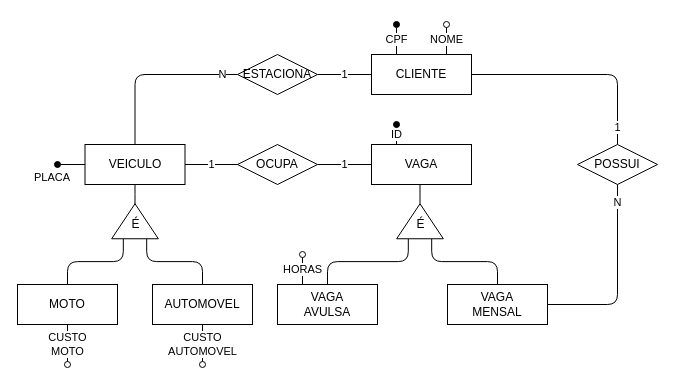
This is BANCO DE DADOS 1/LISTA 01 - ENTIDADE RELACIONAMENTO/LISTA 01 - EX 7.drawio from jhonatancunha/3periodo, a draw.io file, before an edit. Source tidied: cells renumbered, new cells numbered last; positions are measured from the earlier drawing's top-left corner, leaving out a move shared by most shapes. Both pictures are drawn from the tidied source at 100%, with x=0, y=0 at pixel (17, 24).
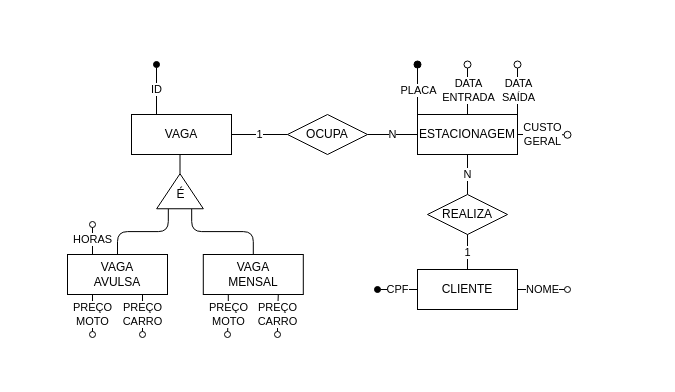
The same diagram, later.

Unchanged cells that the change refers to:
```xml
<mxCell id="23" value="VAGA&lt;br&gt;AVULSA" style="whiteSpace=wrap;html=1;align=center;" parent="21" vertex="1">
  <mxGeometry y="30" width="100" height="40" as="geometry" />
</mxCell>
```

The edit, as a diff of the source:
```diff
@@
-    <mxCell id="2" value="1" style="edgeStyle=orthogonalEdgeStyle;jettySize=auto;html=1;endArrow=none;endFill=0;" parent="1" edge="1" source="27" target="18">
-      <mxGeometry x="0.84" relative="1" as="geometry" />
-    </mxCell>
     <mxCell id="3" style="edgeStyle=orthogonalEdgeStyle;jettySize=auto;html=1;endArrow=none;endFill=0;entryX=1;entryY=0.5;entryDx=0;entryDy=0;" parent="1" edge="1" source="30" target="37">
       <mxGeometry relative="1" as="geometry">
         <Array as="points">
-          <mxPoint x="403" y="180" />
-          <mxPoint x="403" y="180" />
+          <mxPoint x="163" y="150" />
+          <mxPoint x="163" y="150" />
         </Array>
       </mxGeometry>
     </mxCell>
-    <mxCell id="4" value="N" style="edgeStyle=orthogonalEdgeStyle;jettySize=auto;html=1;endArrow=none;endFill=0;" parent="1" edge="1" source="5" target="18">
-      <mxGeometry x="0.81" relative="1" as="geometry" />
-    </mxCell>
+    <mxCell id="42" value="PREÇO&lt;br&gt;MOTO" style="edgeStyle=orthogonalEdgeStyle;rounded=0;jettySize=auto;html=1;exitX=0.25;exitY=1;exitDx=0;exitDy=0;endArrow=oval;endFill=0;" parent="1" edge="1" source="5">
+      <mxGeometry relative="1" as="geometry">
+        <mxPoint x="210" y="310" as="targetPoint" />
+        <Array as="points">
+          <mxPoint x="211" y="290" />
+          <mxPoint x="210" y="290" />
+        </Array>
+      </mxGeometry>
+    </mxCell>
+    <mxCell id="43" value="PREÇO&lt;br&gt;CARRO" style="edgeStyle=orthogonalEdgeStyle;rounded=0;jettySize=auto;html=1;exitX=0.75;exitY=1;exitDx=0;exitDy=0;endArrow=oval;endFill=0;" parent="1" edge="1" source="5">
+      <mxGeometry relative="1" as="geometry">
+        <mxPoint x="260" y="310" as="targetPoint" />
+        <Array as="points">
+          <mxPoint x="261" y="290" />
+          <mxPoint x="260" y="290" />
+          <mxPoint x="260" y="310" />
+        </Array>
+      </mxGeometry>
+    </mxCell>
     <mxCell id="5" value="VAGA&lt;br&gt;MENSAL" style="whiteSpace=wrap;html=1;align=center;" parent="1" vertex="1">
-      <mxGeometry x="430" y="260" width="100" height="40" as="geometry" />
+      <mxGeometry x="185.8" y="230" width="100" height="40" as="geometry" />
     </mxCell>
-    <mxCell id="6" style="edgeStyle=orthogonalEdgeStyle;jettySize=auto;html=1;endArrow=none;endFill=0;" parent="1" edge="1" source="9" target="40">
-      <mxGeometry relative="1" as="geometry" />
+    <mxCell id="6" style="edgeStyle=orthogonalEdgeStyle;orthogonalLoop=1;jettySize=auto;html=1;endArrow=none;endFill=0;" parent="1" edge="1">
+      <mxGeometry relative="1" as="geometry">
+        <mxPoint x="117.5" y="179.2" as="targetPoint" />
+      </mxGeometry>
     </mxCell>
-    <mxCell id="7" value="PLACA" style="edgeStyle=orthogonalEdgeStyle;jettySize=auto;html=1;exitX=0;exitY=0.5;exitDx=0;exitDy=0;endArrow=oval;endFill=1;labelPosition=left;verticalLabelPosition=bottom;align=right;verticalAlign=top;" parent="1" edge="1" source="9">
-      <mxGeometry relative="1" as="geometry">
-        <mxPoint x="40" y="140" as="targetPoint" />
-      </mxGeometry>
-    </mxCell>
-    <mxCell id="8" value="1" style="edgeStyle=orthogonalEdgeStyle;jettySize=auto;html=1;endArrow=none;endFill=0;" parent="1" edge="1" source="9" target="34">
-      <mxGeometry relative="1" as="geometry" />
-    </mxCell>
-    <mxCell id="9" value="VEICULO" style="whiteSpace=wrap;html=1;align=center;" parent="1" vertex="1">
-      <mxGeometry x="67.5" y="120" width="100" height="40" as="geometry" />
-    </mxCell>
-    <mxCell id="10" style="edgeStyle=orthogonalEdgeStyle;jettySize=auto;html=1;exitX=0;exitY=0.75;exitDx=0;exitDy=0;entryX=0.5;entryY=0;entryDx=0;entryDy=0;endArrow=none;endFill=0;" parent="1" edge="1" source="40" target="14">
-      <mxGeometry relative="1" as="geometry" />
+    <mxCell id="10" style="edgeStyle=orthogonalEdgeStyle;orthogonalLoop=1;jettySize=auto;html=1;exitX=0;exitY=0.75;exitDx=0;exitDy=0;entryX=0.5;entryY=0;entryDx=0;entryDy=0;endArrow=none;endFill=0;" parent="1" edge="1">
+      <mxGeometry relative="1" as="geometry">
+        <mxPoint x="185" y="260" as="targetPoint" />
+      </mxGeometry>
     </mxCell>
-    <mxCell id="11" style="edgeStyle=orthogonalEdgeStyle;jettySize=auto;html=1;exitX=0;exitY=0.25;exitDx=0;exitDy=0;entryX=0.5;entryY=0;entryDx=0;entryDy=0;endArrow=none;endFill=0;" parent="1" edge="1" source="40" target="17">
-      <mxGeometry relative="1" as="geometry" />
-    </mxCell>
-    <mxCell id="12" style="group;" parent="1" vertex="1">
-      <mxGeometry x="135" y="260" width="100" height="90" as="geometry" />
-    </mxCell>
-    <mxCell id="13" value="CUSTO&lt;br&gt;AUTOMOVEL" style="edgeStyle=orthogonalEdgeStyle;jettySize=auto;html=1;exitX=0.5;exitY=1;exitDx=0;exitDy=0;endArrow=oval;endFill=0;" parent="12" edge="1" source="14">
-      <mxGeometry relative="1" as="geometry">
-        <mxPoint x="50" y="80" as="targetPoint" />
-      </mxGeometry>
-    </mxCell>
-    <mxCell id="14" value="AUTOMOVEL" style="whiteSpace=wrap;html=1;align=center;" parent="12" vertex="1">
-      <mxGeometry width="100" height="40" as="geometry" />
-    </mxCell>
-    <mxCell id="15" style="group;" parent="1" vertex="1">
-      <mxGeometry y="260" width="100" height="90" as="geometry" />
-    </mxCell>
-    <mxCell id="16" value="CUSTO&lt;br&gt;MOTO" style="edgeStyle=orthogonalEdgeStyle;jettySize=auto;html=1;exitX=0.5;exitY=1;exitDx=0;exitDy=0;endArrow=oval;endFill=0;" parent="15" edge="1" source="17">
-      <mxGeometry relative="1" as="geometry">
-        <mxPoint x="50" y="80" as="targetPoint" />
-        <Array as="points">
-          <mxPoint x="50" y="80" />
-          <mxPoint x="50" y="80" />
-        </Array>
-      </mxGeometry>
-    </mxCell>
-    <mxCell id="17" value="MOTO" style="whiteSpace=wrap;html=1;align=center;" parent="15" vertex="1">
-      <mxGeometry width="100" height="40" as="geometry" />
-    </mxCell>
-    <mxCell id="18" value="POSSUI" style="shape=rhombus;perimeter=rhombusPerimeter;whiteSpace=wrap;html=1;align=center;" parent="1" vertex="1">
-      <mxGeometry x="560" y="120" width="80" height="40" as="geometry" />
-    </mxCell>
@@
     <mxCell id="21" style="group;" parent="1" vertex="1">
-      <mxGeometry x="260" y="230" width="100" height="70" as="geometry" />
+      <mxGeometry x="50" y="200" width="100" height="70" as="geometry" />
     </mxCell>
@@
-    <mxCell id="24" style="group;" parent="1" vertex="1">
-      <mxGeometry x="354" width="100" height="70" as="geometry" />
-    </mxCell>
+    <mxCell id="28" style="group;" parent="1" vertex="1">
+      <mxGeometry x="114" y="70" width="100" height="60" as="geometry" />
+    </mxCell>
+    <mxCell id="29" value="ID" style="edgeStyle=orthogonalEdgeStyle;jettySize=auto;html=1;exitX=0.25;exitY=0;exitDx=0;exitDy=0;endArrow=oval;endFill=1;" parent="28" edge="1" source="30">
+      <mxGeometry relative="1" as="geometry">
+        <mxPoint x="25" y="-30" as="targetPoint" />
+        <Array as="points">
+          <mxPoint x="25" y="-30" />
+        </Array>
+      </mxGeometry>
+    </mxCell>
+    <mxCell id="30" value="VAGA" style="whiteSpace=wrap;html=1;align=center;" parent="28" vertex="1">
+      <mxGeometry y="20" width="100" height="40" as="geometry" />
+    </mxCell>
+    <mxCell id="36" style="group;" parent="1" vertex="1">
+      <mxGeometry x="139.2" y="149.2" width="46.7" height="35" as="geometry" />
+    </mxCell>
+    <mxCell id="37" style="triangle;whiteSpace=wrap;html=1;rotation=-90;" parent="36" vertex="1">
+      <mxGeometry x="5.8" y="-5.8" width="35" height="46.7" as="geometry" />
+    </mxCell>
+    <mxCell id="38" value="É" style="text;html=1;align=center;verticalAlign=middle;" parent="36" vertex="1">
+      <mxGeometry x="13.3" y="10.8" width="20" height="20" as="geometry" />
+    </mxCell>
+    <mxCell id="44" value="N" style="edgeStyle=orthogonalEdgeStyle;rounded=0;jettySize=auto;html=1;endArrow=none;endFill=0;endSize=7;" parent="1" edge="1" source="48" target="34">
+      <mxGeometry relative="1" as="geometry" />
+    </mxCell>
+    <mxCell id="7" value="PLACA" style="edgeStyle=orthogonalEdgeStyle;rounded=0;jettySize=auto;html=1;exitX=0;exitY=0;exitDx=0;exitDy=0;endArrow=oval;endFill=1;endSize=7;" parent="1" edge="1" source="48">
+      <mxGeometry relative="1" as="geometry">
+        <mxPoint x="400" y="40" as="targetPoint" />
+      </mxGeometry>
+    </mxCell>
+    <mxCell id="45" value="DATA&lt;br&gt;ENTRADA" style="edgeStyle=orthogonalEdgeStyle;rounded=0;jettySize=auto;html=1;exitX=0.5;exitY=0;exitDx=0;exitDy=0;endArrow=oval;endFill=0;endSize=7;" parent="1" edge="1" source="48">
+      <mxGeometry relative="1" as="geometry">
+        <mxPoint x="450" y="40" as="targetPoint" />
+      </mxGeometry>
+    </mxCell>
+    <mxCell id="46" value="DATA&lt;br&gt;SAÍDA" style="edgeStyle=orthogonalEdgeStyle;rounded=0;jettySize=auto;html=1;exitX=1;exitY=0;exitDx=0;exitDy=0;endArrow=oval;endFill=0;endSize=7;" parent="1" edge="1" source="48">
+      <mxGeometry relative="1" as="geometry">
+        <mxPoint x="500" y="40" as="targetPoint" />
+      </mxGeometry>
+    </mxCell>
+    <mxCell id="47" value="CUSTO&lt;br&gt;GERAL" style="edgeStyle=orthogonalEdgeStyle;rounded=0;jettySize=auto;html=1;exitX=1;exitY=0.5;exitDx=0;exitDy=0;endArrow=oval;endFill=0;endSize=7;" parent="1" edge="1" source="48">
+      <mxGeometry relative="1" as="geometry">
+        <mxPoint x="550" y="110.3" as="targetPoint" />
+      </mxGeometry>
+    </mxCell>
+    <mxCell id="48" value="ESTACIONAGEM" style="whiteSpace=wrap;html=1;align=center;" parent="1" vertex="1">
+      <mxGeometry x="400" y="90" width="100" height="40" as="geometry" />
+    </mxCell>
+    <mxCell id="49" value="N" style="edgeStyle=orthogonalEdgeStyle;rounded=0;jettySize=auto;html=1;endArrow=none;endFill=0;endSize=7;" parent="1" edge="1" source="50" target="48">
+      <mxGeometry relative="1" as="geometry" />
+    </mxCell>
+    <mxCell id="50" value="REALIZA" style="shape=rhombus;perimeter=rhombusPerimeter;whiteSpace=wrap;html=1;align=center;" parent="1" vertex="1">
+      <mxGeometry x="410" y="170" width="80" height="40" as="geometry" />
+    </mxCell>
+    <mxCell id="34" value="OCUPA" style="shape=rhombus;perimeter=rhombusPerimeter;whiteSpace=wrap;html=1;align=center;" parent="1" vertex="1">
+      <mxGeometry x="270" y="90" width="80" height="40" as="geometry" />
+    </mxCell>
+    <mxCell id="35" value="1" style="edgeStyle=orthogonalEdgeStyle;rounded=0;jettySize=auto;html=1;exitX=1;exitY=0.5;exitDx=0;exitDy=0;entryX=0;entryY=0.5;entryDx=0;entryDy=0;endArrow=none;endFill=0;" parent="1" edge="1" source="30" target="34">
+      <mxGeometry relative="1" as="geometry" />
+    </mxCell>
+    <mxCell id="51" value="PREÇO&lt;br&gt;MOTO" style="edgeStyle=orthogonalEdgeStyle;rounded=0;jettySize=auto;html=1;exitX=0.25;exitY=1;exitDx=0;exitDy=0;endArrow=oval;endFill=0;" parent="1" edge="1" source="23">
+      <mxGeometry relative="1" as="geometry">
+        <mxPoint x="75" y="310" as="targetPoint" />
+      </mxGeometry>
+    </mxCell>
+    <mxCell id="52" value="PREÇO&lt;br&gt;CARRO" style="edgeStyle=orthogonalEdgeStyle;rounded=0;jettySize=auto;html=1;exitX=0.75;exitY=1;exitDx=0;exitDy=0;endArrow=oval;endFill=0;" parent="1" edge="1" source="23">
+      <mxGeometry relative="1" as="geometry">
+        <mxPoint x="125" y="310" as="targetPoint" />
+        <Array as="points">
+          <mxPoint x="125" y="310" />
+        </Array>
+      </mxGeometry>
+    </mxCell>
+    <mxCell id="53" value="1" style="edgeStyle=orthogonalEdgeStyle;rounded=0;jettySize=auto;html=1;endArrow=none;endFill=0;endSize=7;" parent="1" edge="1" source="27" target="50">
+      <mxGeometry relative="1" as="geometry" />
+    </mxCell>
+    <mxCell id="54" style="group;" parent="1" vertex="1">
+      <mxGeometry x="360" y="245" width="190" height="40" as="geometry" />
+    </mxCell>
-    <mxCell id="25" value="NOME" style="edgeStyle=orthogonalEdgeStyle;jettySize=auto;html=1;exitX=0.75;exitY=0;exitDx=0;exitDy=0;endArrow=oval;endFill=0;" parent="24" edge="1" source="27">
-      <mxGeometry y="30" as="geometry">
-        <mxPoint x="75" as="targetPoint" />
+    <mxCell id="25" value="NOME" style="edgeStyle=orthogonalEdgeStyle;jettySize=auto;html=1;exitX=1;exitY=0.5;exitDx=0;exitDy=0;endArrow=oval;endFill=0;" parent="54" edge="1" source="27">
+      <mxGeometry x="40" as="geometry">
+        <mxPoint x="190" y="20" as="targetPoint" />
       </mxGeometry>
     </mxCell>
-    <mxCell id="26" value="CPF" style="edgeStyle=orthogonalEdgeStyle;jettySize=auto;html=1;exitX=0.25;exitY=0;exitDx=0;exitDy=0;endArrow=oval;endFill=1;" parent="24" edge="1" source="27">
-      <mxGeometry y="30" as="geometry">
-        <mxPoint x="25" as="targetPoint" />
+    <mxCell id="26" value="CPF" style="edgeStyle=orthogonalEdgeStyle;jettySize=auto;html=1;exitX=0;exitY=0.5;exitDx=0;exitDy=0;endArrow=oval;endFill=1;" parent="54" edge="1" source="27">
+      <mxGeometry x="40" as="geometry">
+        <mxPoint y="20" as="targetPoint" />
       </mxGeometry>
     </mxCell>
-    <mxCell id="27" value="CLIENTE" style="whiteSpace=wrap;html=1;align=center;" parent="24" vertex="1">
-      <mxGeometry y="30" width="100" height="40" as="geometry" />
+    <mxCell id="27" value="CLIENTE" style="whiteSpace=wrap;html=1;align=center;" parent="54" vertex="1">
+      <mxGeometry x="40" width="100" height="40" as="geometry" />
     </mxCell>
-    <mxCell id="28" style="group;" parent="1" vertex="1">
-      <mxGeometry x="354" y="100" width="100" height="60" as="geometry" />
-    </mxCell>
-    <mxCell id="29" value="ID" style="edgeStyle=orthogonalEdgeStyle;jettySize=auto;html=1;exitX=0.25;exitY=0;exitDx=0;exitDy=0;endArrow=oval;endFill=1;" parent="28" edge="1" source="30">
-      <mxGeometry relative="1" as="geometry">
-        <mxPoint x="25" as="targetPoint" />
-      </mxGeometry>
-    </mxCell>
-    <mxCell id="30" value="VAGA" style="whiteSpace=wrap;html=1;align=center;" parent="28" vertex="1">
-      <mxGeometry y="20" width="100" height="40" as="geometry" />
-    </mxCell>
-    <mxCell id="31" value="1" style="edgeStyle=orthogonalEdgeStyle;jettySize=auto;html=1;exitX=1;exitY=0.5;exitDx=0;exitDy=0;entryX=0;entryY=0.5;entryDx=0;entryDy=0;endArrow=none;endFill=0;" parent="1" edge="1" source="33" target="27">
-      <mxGeometry relative="1" as="geometry" />
-    </mxCell>
-    <mxCell id="32" value="N" style="edgeStyle=orthogonalEdgeStyle;jettySize=auto;html=1;exitX=0;exitY=0.5;exitDx=0;exitDy=0;entryX=0.5;entryY=0;entryDx=0;entryDy=0;endArrow=none;endFill=0;" parent="1" edge="1" source="33" target="9">
-      <mxGeometry x="-0.83" relative="1" as="geometry" />
-    </mxCell>
-    <mxCell id="33" value="ESTACIONA" style="shape=rhombus;perimeter=rhombusPerimeter;whiteSpace=wrap;html=1;align=center;" parent="1" vertex="1">
-      <mxGeometry x="220" y="30" width="80" height="40" as="geometry" />
-    </mxCell>
-    <mxCell id="34" value="OCUPA" style="shape=rhombus;perimeter=rhombusPerimeter;whiteSpace=wrap;html=1;align=center;" parent="1" vertex="1">
-      <mxGeometry x="220" y="120" width="80" height="40" as="geometry" />
-    </mxCell>
-    <mxCell id="35" value="1" style="edgeStyle=orthogonalEdgeStyle;jettySize=auto;html=1;endArrow=none;endFill=0;" parent="1" edge="1" source="30" target="34">
-      <mxGeometry relative="1" as="geometry" />
-    </mxCell>
-    <mxCell id="36" style="group;" parent="1" vertex="1">
-      <mxGeometry x="379.2" y="179.2" width="46.7" height="35" as="geometry" />
-    </mxCell>
-    <mxCell id="37" style="triangle;whiteSpace=wrap;html=1;rotation=-90;" parent="36" vertex="1">
-      <mxGeometry x="5.8" y="-5.8" width="35" height="46.7" as="geometry" />
-    </mxCell>
-    <mxCell id="38" value="É" style="text;html=1;align=center;verticalAlign=middle;" parent="36" vertex="1">
-      <mxGeometry x="13.3" y="10.8" width="20" height="20" as="geometry" />
-    </mxCell>
-    <mxCell id="39" style="group;" parent="1" vertex="1">
-      <mxGeometry x="94.2" y="179.2" width="46.7" height="35" as="geometry" />
-    </mxCell>
-    <mxCell id="40" style="triangle;whiteSpace=wrap;html=1;rotation=-90;" parent="39" vertex="1">
-      <mxGeometry x="5.8" y="-5.8" width="35" height="46.7" as="geometry" />
-    </mxCell>
-    <mxCell id="41" value="É" style="text;html=1;align=center;verticalAlign=middle;" parent="39" vertex="1">
-      <mxGeometry x="13.3" y="10.8" width="20" height="20" as="geometry" />
-    </mxCell>
```
